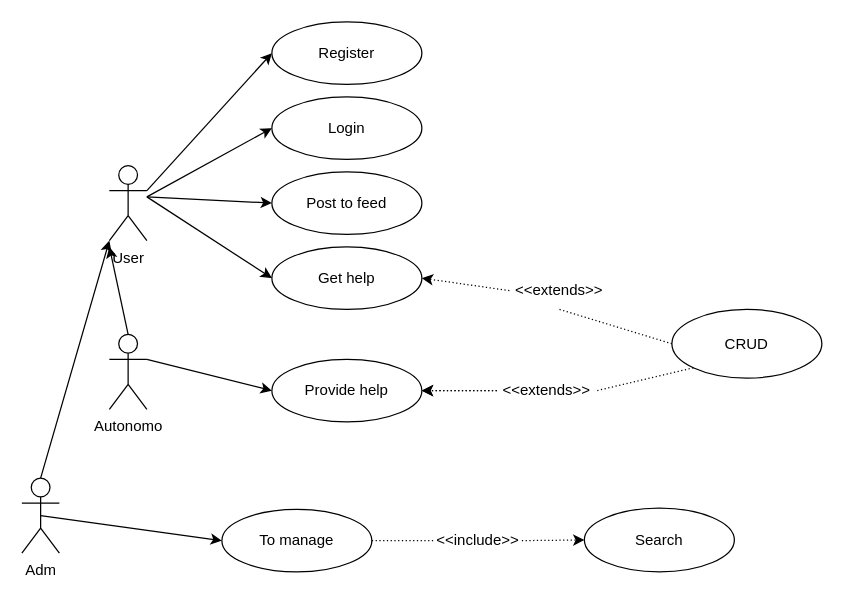
Above: Fluxograma_help.me.drawio in LuanPanini/Fluxo (draw.io), before the change. Source tidied: cells renumbered, new cells numbered last; positions are measured from the earlier drawing's top-left corner, leaving out a move shared by most shapes. Both pictures are drawn from the tidied source at 125%, with x=0, y=0 at pixel (21, 21).
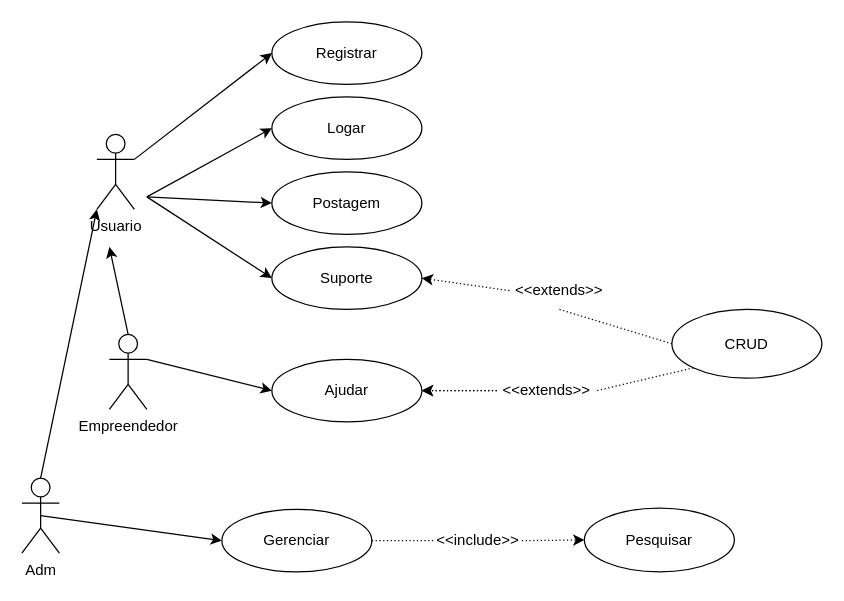
After the change.

What changed in the source:
```diff
@@
-    <mxCell id="2" value="User" style="shape=umlActor;verticalLabelPosition=bottom;verticalAlign=top;html=1;outlineConnect=0;" parent="1" vertex="1">
-      <mxGeometry x="70" y="115" width="30" height="60" as="geometry" />
+    <mxCell id="2" value="Usuario" style="shape=umlActor;verticalLabelPosition=bottom;verticalAlign=top;html=1;outlineConnect=0;" parent="1" vertex="1">
+      <mxGeometry x="60" y="90" width="30" height="60" as="geometry" />
     </mxCell>
@@
-    <mxCell id="4" value="Register" style="ellipse;whiteSpace=wrap;html=1;verticalAlign=middle;align=center;" parent="1" vertex="1">
+    <mxCell id="4" value="Registrar" style="ellipse;whiteSpace=wrap;html=1;verticalAlign=middle;align=center;" parent="1" vertex="1">
       <mxGeometry x="200" width="120" height="50" as="geometry" />
     </mxCell>
-    <mxCell id="5" value="Login" style="ellipse;whiteSpace=wrap;html=1;" parent="1" vertex="1">
+    <mxCell id="5" value="Logar" style="ellipse;whiteSpace=wrap;html=1;" parent="1" vertex="1">
       <mxGeometry x="200" y="60" width="120" height="50" as="geometry" />
     </mxCell>
-    <mxCell id="6" value="Post to feed" style="ellipse;whiteSpace=wrap;html=1;" parent="1" vertex="1">
+    <mxCell id="6" value="Postagem" style="ellipse;whiteSpace=wrap;html=1;" parent="1" vertex="1">
       <mxGeometry x="200" y="120" width="120" height="50" as="geometry" />
     </mxCell>
-    <mxCell id="7" value="Get help" style="ellipse;whiteSpace=wrap;html=1;" parent="1" vertex="1">
+    <mxCell id="7" value="Suporte" style="ellipse;whiteSpace=wrap;html=1;" parent="1" vertex="1">
       <mxGeometry x="200" y="180" width="120" height="50" as="geometry" />
     </mxCell>
-    <mxCell id="8" value="Autonomo" style="shape=umlActor;verticalLabelPosition=bottom;verticalAlign=top;html=1;outlineConnect=0;" parent="1" vertex="1">
+    <mxCell id="8" value="Empreendedor" style="shape=umlActor;verticalLabelPosition=bottom;verticalAlign=top;html=1;outlineConnect=0;" parent="1" vertex="1">
       <mxGeometry x="70" y="250" width="30" height="60" as="geometry" />
     </mxCell>
@@
-    <mxCell id="14" value="Provide help" style="ellipse;whiteSpace=wrap;html=1;" parent="1" vertex="1">
+    <mxCell id="14" value="Ajudar" style="ellipse;whiteSpace=wrap;html=1;" parent="1" vertex="1">
       <mxGeometry x="200" y="270" width="120" height="50" as="geometry" />
     </mxCell>
@@
-    <mxCell id="16" value="To manage" style="ellipse;whiteSpace=wrap;html=1;" parent="1" vertex="1">
+    <mxCell id="16" value="Gerenciar" style="ellipse;whiteSpace=wrap;html=1;" parent="1" vertex="1">
       <mxGeometry x="160" y="390" width="120" height="50" as="geometry" />
     </mxCell>
@@
-    <mxCell id="19" value="Search" style="ellipse;whiteSpace=wrap;html=1;" parent="1" vertex="1">
+    <mxCell id="19" value="Pesquisar" style="ellipse;whiteSpace=wrap;html=1;" parent="1" vertex="1">
       <mxGeometry x="450" y="389" width="120" height="51" as="geometry" />
     </mxCell>
```
